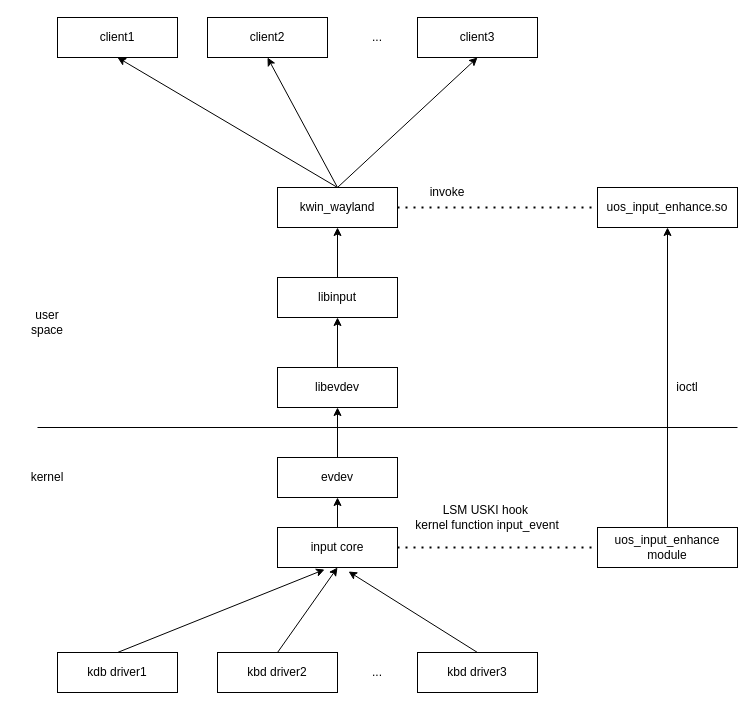
Above: input_enhance1.drawio in Allinaent/share (draw.io), before the change. Source tidied: cells renumbered, new cells numbered last; positions are measured from the earlier drawing's top-left corner, leaving out a move shared by most shapes. Both pictures are drawn from the tidied source at 100%, with x=0, y=0 at pixel (17, 17).
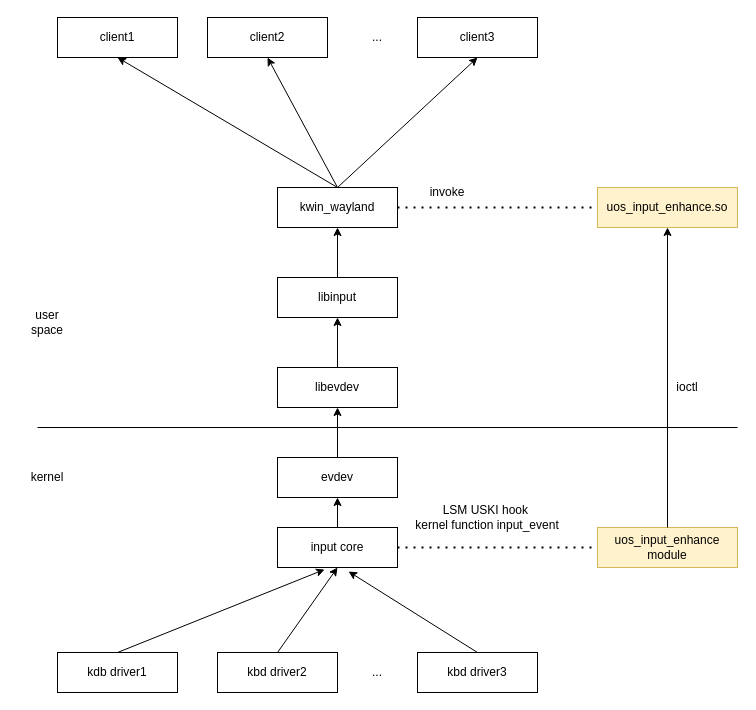
After the change.

Diff of the diagram source:
```diff
@@
-    <mxCell id="16" value="uos_input_enhance.so" style="rounded=0;whiteSpace=wrap;html=1;" parent="1" vertex="1">
+    <mxCell id="16" value="uos_input_enhance.so" style="rounded=0;whiteSpace=wrap;html=1;fillColor=#fff2cc;strokeColor=#d6b656;" parent="1" vertex="1">
       <mxGeometry x="580" y="170" width="140" height="40" as="geometry" />
     </mxCell>
@@
-    <mxCell id="28" value="uos_input_enhance module" style="rounded=0;whiteSpace=wrap;html=1;" parent="1" vertex="1">
+    <mxCell id="28" value="uos_input_enhance module" style="rounded=0;whiteSpace=wrap;html=1;fillColor=#fff2cc;strokeColor=#d6b656;" parent="1" vertex="1">
       <mxGeometry x="580" y="510" width="140" height="40" as="geometry" />
     </mxCell>
```
